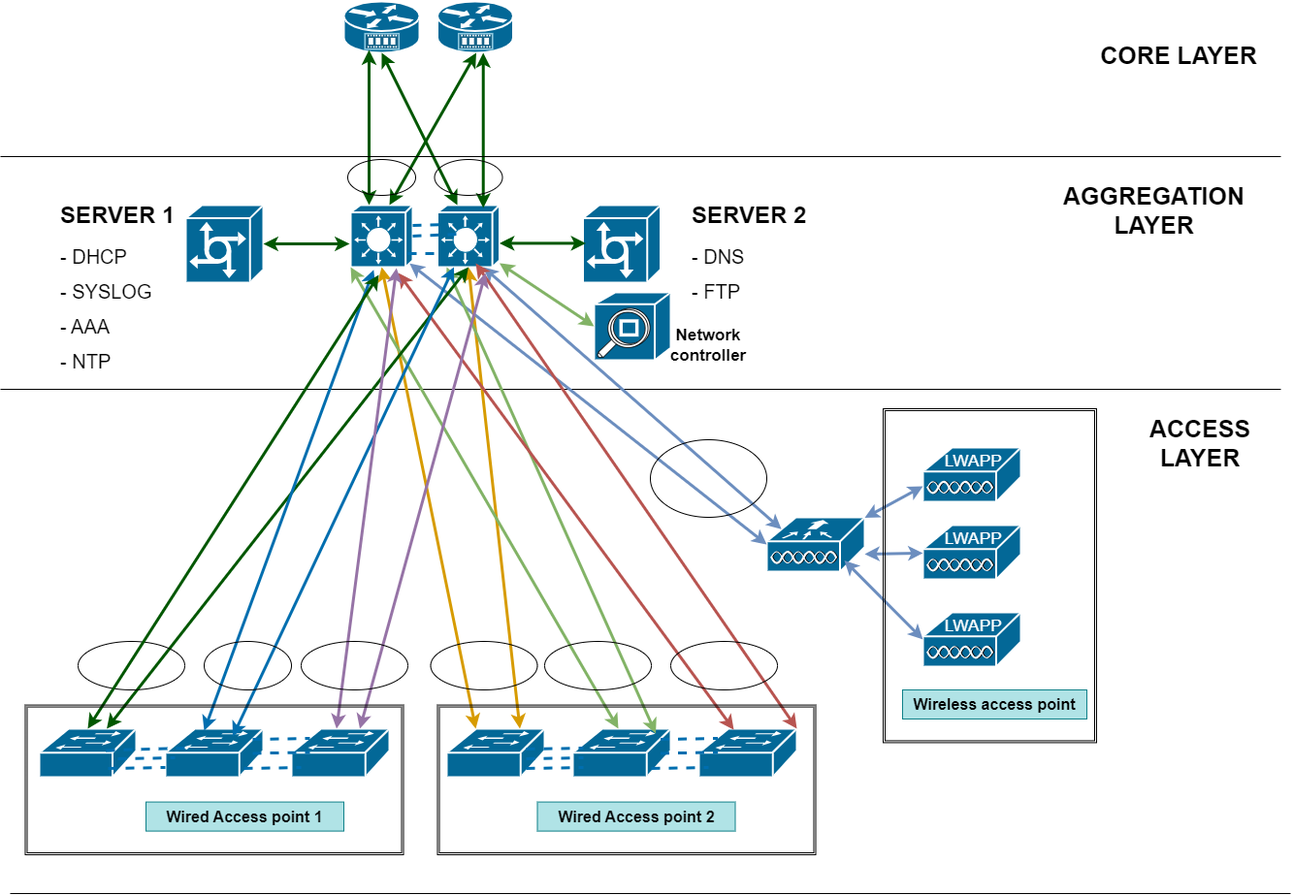
Before: weeklyProject/techNovaSystems/branchBNetworkDesign.png, a diagram exported from draw.io (shaunMsiza05/Computer-Networks). Source tidied: cells renumbered, new cells last; positions are measured from the earlier drawing's top-left corner, leaving out a move shared by most shapes.
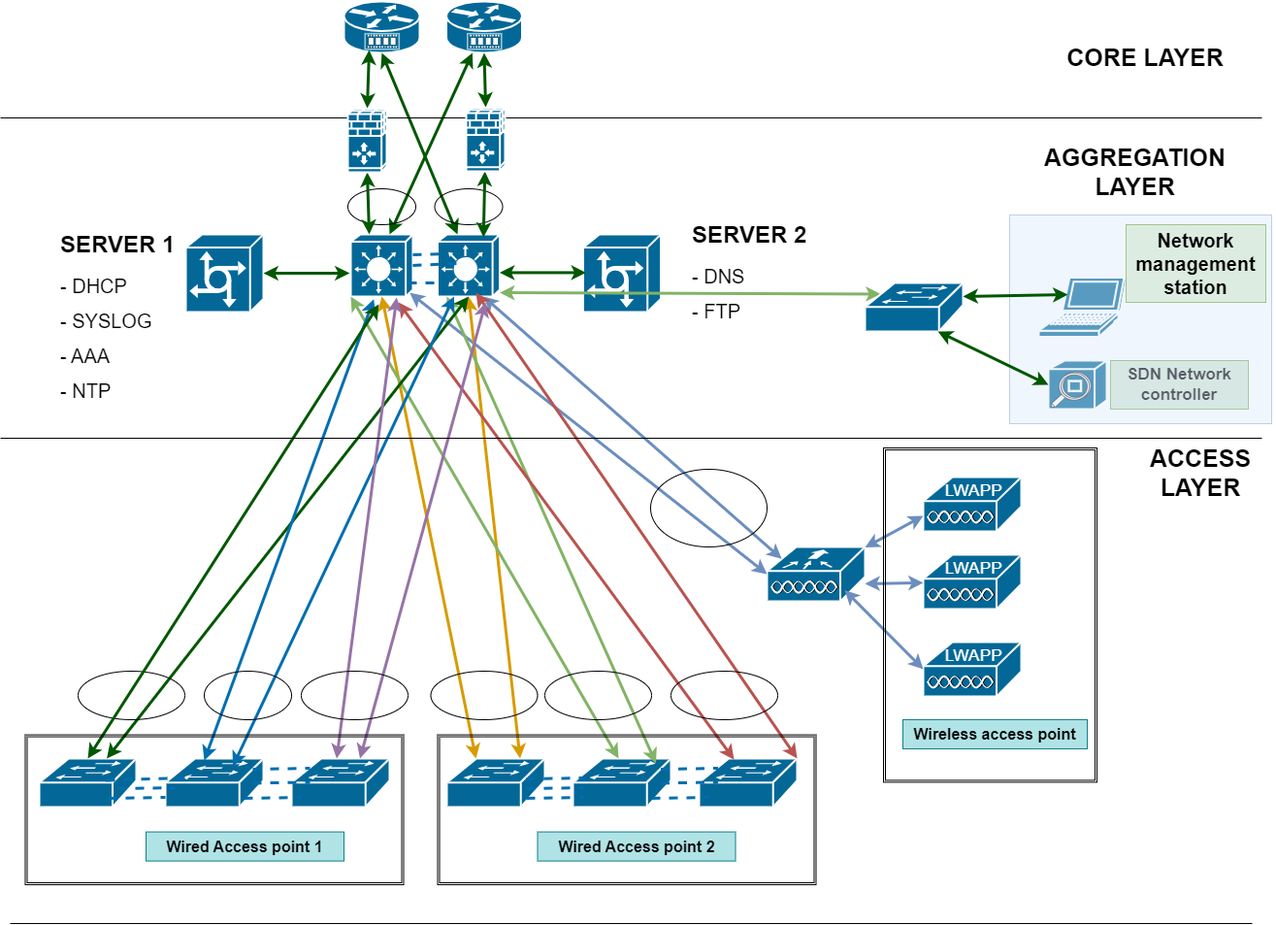
Later version of the same file.

What changed in the source:
```diff
@@ -3,10 +3,10 @@
     <mxCell id="0" />
     <mxCell id="1" parent="0" />
     <mxCell id="2" style="shape=mxgraph.cisco.routers.service_router;sketch=0;html=1;dashed=0;fillColor=#036897;strokeColor=#ffffff;strokeWidth=2;verticalLabelPosition=bottom;verticalAlign=top;align=center;outlineConnect=0;" parent="1" vertex="1">
-      <mxGeometry x="450.5" width="78" height="53" as="geometry" />
+      <mxGeometry x="459.5" y="-30" width="78" height="53" as="geometry" />
     </mxCell>
     <mxCell id="3" style="shape=mxgraph.cisco.routers.service_router;sketch=0;html=1;dashed=0;fillColor=#036897;strokeColor=#ffffff;strokeWidth=2;verticalLabelPosition=bottom;verticalAlign=top;align=center;outlineConnect=0;" parent="1" vertex="1">
-      <mxGeometry x="354" width="78" height="53" as="geometry" />
+      <mxGeometry x="354" y="-30" width="78" height="53" as="geometry" />
     </mxCell>
     <mxCell id="4" style="shape=mxgraph.cisco.switches.workgroup_switch;sketch=0;html=1;dashed=0;fillColor=#036897;strokeColor=#ffffff;strokeWidth=2;verticalLabelPosition=bottom;verticalAlign=top;align=center;outlineConnect=0;" parent="1" vertex="1">
       <mxGeometry x="40" y="750" width="100" height="50" as="geometry" />
@@ -30,7 +30,7 @@
       <mxGeometry x="790" y="532" width="101" height="56" as="geometry" />
     </mxCell>
     <mxCell id="11" style="shape=mxgraph.cisco.misc.network_management;sketch=0;html=1;dashed=0;fillColor=#036897;strokeColor=#ffffff;strokeWidth=2;verticalLabelPosition=bottom;verticalAlign=top;align=center;outlineConnect=0;" parent="1" vertex="1">
-      <mxGeometry x="612" y="300" width="79" height="70" as="geometry" />
+      <mxGeometry x="1080" y="340" width="60" height="50" as="geometry" />
     </mxCell>
     <mxCell id="12" style="shape=mxgraph.cisco.misc.lightweight_ap;sketch=0;html=1;dashed=0;fillColor=#036897;strokeColor=#ffffff;strokeWidth=2;verticalLabelPosition=bottom;verticalAlign=top;align=center;" parent="1" vertex="1">
       <mxGeometry x="951" y="460" width="101" height="56" as="geometry" />
@@ -53,12 +53,6 @@
     <mxCell id="18" style="shape=mxgraph.cisco.servers.communications_server;sketch=0;html=1;dashed=0;fillColor=#036897;strokeColor=#ffffff;strokeWidth=2;verticalLabelPosition=bottom;verticalAlign=top;align=center;" parent="1" vertex="1">
       <mxGeometry x="600.5" y="210" width="80" height="80" as="geometry" />
     </mxCell>
-    <mxCell id="19" style="endArrow=none;html=1;rounded=0;" parent="1" edge="1">
-      <mxGeometry relative="1" as="geometry">
-        <mxPoint y="400" as="sourcePoint" />
-        <mxPoint x="1320" y="400" as="targetPoint" />
-      </mxGeometry>
-    </mxCell>
     <mxCell id="20" style="endArrow=classic;startArrow=classic;html=1;rounded=0;entryX=0.95;entryY=0.94;entryDx=0;entryDy=0;entryPerimeter=0;strokeWidth=3;fillColor=#dae8fc;strokeColor=#6c8ebf;exitX=0;exitY=0.5;exitDx=0;exitDy=0;exitPerimeter=0;" parent="1" edge="1" source="10" target="15">
       <mxGeometry relative="1" as="geometry" />
     </mxCell>
@@ -268,7 +262,7 @@
       </mxGeometry>
     </mxCell>
     <mxCell id="63" style="shape=ext;double=1;rounded=0;whiteSpace=wrap;html=1;fillColor=none;" parent="1" vertex="1">
-      <mxGeometry x="910" y="420" width="220" height="344.4" as="geometry" />
+      <mxGeometry x="910" y="430" width="220" height="344.4" as="geometry" />
     </mxCell>
     <mxCell id="64" value="&lt;b&gt;&lt;font style=&quot;font-size: 16px;&quot;&gt;Wired Access point 1&lt;/font&gt;&lt;/b&gt;" style="text;html=1;align=center;verticalAlign=middle;whiteSpace=wrap;rounded=0;fillColor=#b0e3e6;strokeColor=#0e8088;" parent="1" vertex="1">
       <mxGeometry x="150" y="825.6" width="204" height="30" as="geometry" />
@@ -279,10 +273,9 @@
     <mxCell id="66" value="&lt;b&gt;&lt;font style=&quot;font-size: 16px;&quot;&gt;Wireless access point&lt;/font&gt;&lt;/b&gt;" style="text;html=1;align=center;verticalAlign=middle;whiteSpace=wrap;rounded=0;fillColor=#b0e3e6;strokeColor=#0e8088;" parent="1" vertex="1">
       <mxGeometry x="930" y="710" width="190" height="30" as="geometry" />
     </mxCell>
-    <mxCell id="67" style="endArrow=classic;startArrow=classic;html=1;rounded=0;strokeWidth=3;fillColor=#008a00;strokeColor=#005700;exitX=0.5;exitY=0;exitDx=0;exitDy=0;exitPerimeter=0;entryX=0.5;entryY=1;entryDx=0;entryDy=0;entryPerimeter=0;" parent="1" edge="1">
+    <mxCell id="67" style="endArrow=classic;startArrow=classic;html=1;rounded=0;strokeWidth=3;fillColor=#008a00;strokeColor=#005700;exitX=0.5;exitY=0;exitDx=0;exitDy=0;exitPerimeter=0;" parent="1" edge="1" target="2">
       <mxGeometry relative="1" as="geometry">
         <mxPoint x="401" y="210" as="sourcePoint" />
-        <mxPoint x="490.5" y="53" as="targetPoint" />
       </mxGeometry>
     </mxCell>
     <mxCell id="68" style="endArrow=classic;startArrow=classic;html=1;rounded=0;strokeWidth=3;fillColor=#008a00;strokeColor=#005700;exitX=0.5;exitY=0;exitDx=0;exitDy=0;exitPerimeter=0;entryX=0.5;entryY=1;entryDx=0;entryDy=0;entryPerimeter=0;" parent="1" edge="1" target="3">
@@ -290,34 +283,29 @@
         <mxPoint x="471" y="210" as="sourcePoint" />
       </mxGeometry>
     </mxCell>
-    <mxCell id="69" style="endArrow=classic;startArrow=classic;html=1;rounded=0;strokeWidth=3;fillColor=#008a00;strokeColor=#005700;exitX=0.5;exitY=0;exitDx=0;exitDy=0;exitPerimeter=0;entryX=0.333;entryY=0.943;entryDx=0;entryDy=0;entryPerimeter=0;" parent="1" edge="1" target="3">
-      <mxGeometry relative="1" as="geometry">
-        <mxPoint x="380" y="210" as="sourcePoint" />
-      </mxGeometry>
+    <mxCell id="69" style="endArrow=classic;startArrow=classic;html=1;rounded=0;strokeWidth=3;fillColor=#008a00;strokeColor=#005700;exitX=0.5;exitY=0;exitDx=0;exitDy=0;exitPerimeter=0;entryX=0.333;entryY=0.943;entryDx=0;entryDy=0;entryPerimeter=0;" parent="1" edge="1" source="91" target="3">
+      <mxGeometry relative="1" as="geometry" />
     </mxCell>
-    <mxCell id="70" style="endArrow=classic;startArrow=classic;html=1;rounded=0;strokeWidth=3;fillColor=#008a00;strokeColor=#005700;exitX=0.5;exitY=0;exitDx=0;exitDy=0;exitPerimeter=0;entryX=0.333;entryY=0.943;entryDx=0;entryDy=0;entryPerimeter=0;" parent="1" edge="1">
-      <mxGeometry relative="1" as="geometry">
-        <mxPoint x="497.7" y="213" as="sourcePoint" />
-        <mxPoint x="497.7" y="53" as="targetPoint" />
-      </mxGeometry>
+    <mxCell id="70" style="endArrow=classic;startArrow=classic;html=1;rounded=0;strokeWidth=3;fillColor=#008a00;strokeColor=#005700;exitX=0.5;exitY=0;exitDx=0;exitDy=0;exitPerimeter=0;entryX=0.5;entryY=1;entryDx=0;entryDy=0;entryPerimeter=0;" parent="1" edge="1" source="93" target="2">
+      <mxGeometry relative="1" as="geometry" />
     </mxCell>
     <mxCell id="71" style="endArrow=none;html=1;rounded=0;" parent="1" edge="1">
       <mxGeometry relative="1" as="geometry">
         <mxPoint x="10" y="920" as="sourcePoint" />
-        <mxPoint x="1330" y="920" as="targetPoint" />
+        <mxPoint x="1290" y="920" as="targetPoint" />
       </mxGeometry>
     </mxCell>
     <mxCell id="72" style="endArrow=none;html=1;rounded=0;" parent="1" edge="1">
       <mxGeometry relative="1" as="geometry">
-        <mxPoint y="160" as="sourcePoint" />
-        <mxPoint x="1320" y="160" as="targetPoint" />
+        <mxPoint y="90" as="sourcePoint" />
+        <mxPoint x="1300" y="90" as="targetPoint" />
       </mxGeometry>
     </mxCell>
     <mxCell id="73" value="&lt;b&gt;&lt;font style=&quot;font-size: 25px;&quot;&gt;CORE LAYER&lt;/font&gt;&lt;/b&gt;" style="text;html=1;align=center;verticalAlign=middle;whiteSpace=wrap;rounded=0;fontSize=20;" parent="1" vertex="1">
-      <mxGeometry x="1120" y="40" width="190" height="30" as="geometry" />
+      <mxGeometry x="1085" y="11.5" width="190" height="30" as="geometry" />
     </mxCell>
     <mxCell id="74" value="&lt;b&gt;&lt;font style=&quot;font-size: 25px;&quot;&gt;AGGREGATION LAYER&lt;/font&gt;&lt;/b&gt;" style="text;html=1;align=center;verticalAlign=middle;whiteSpace=wrap;rounded=0;fontSize=20;" parent="1" vertex="1">
-      <mxGeometry x="1060" y="200" width="259" height="30" as="geometry" />
+      <mxGeometry x="1040" y="130" width="259" height="30" as="geometry" />
     </mxCell>
     <mxCell id="75" value="&lt;b&gt;ACCESS LAYER&lt;/b&gt;" style="text;html=1;align=center;verticalAlign=middle;whiteSpace=wrap;rounded=0;fontSize=25;" parent="1" vertex="1">
       <mxGeometry x="1160" y="440" width="154" height="30" as="geometry" />
@@ -326,7 +314,7 @@
       <mxGeometry x="60" y="200" width="180" height="190" as="geometry" />
     </mxCell>
     <mxCell id="77" value="&lt;h1 style=&quot;margin-top: 0px;&quot;&gt;SERVER 2&lt;/h1&gt;&lt;p&gt;&lt;span style=&quot;font-size: 20px;&quot;&gt;- DNS&lt;/span&gt;&lt;/p&gt;&lt;p&gt;&lt;span style=&quot;font-size: 20px;&quot;&gt;- FTP&lt;br&gt;&lt;/span&gt;&lt;/p&gt;" style="text;html=1;whiteSpace=wrap;overflow=hidden;rounded=0;" parent="1" vertex="1">
-      <mxGeometry x="711" y="200" width="180" height="190" as="geometry" />
+      <mxGeometry x="711" y="190" width="180" height="190" as="geometry" />
     </mxCell>
     <mxCell id="78" style="ellipse;whiteSpace=wrap;html=1;fillColor=none;direction=west;" parent="1" vertex="1">
       <mxGeometry x="670" y="452" width="120" height="80" as="geometry" />
@@ -337,13 +325,58 @@
     <mxCell id="80" style="ellipse;whiteSpace=wrap;html=1;fillColor=none;direction=west;" parent="1" vertex="1">
       <mxGeometry x="447.5" y="163" width="70" height="37" as="geometry" />
     </mxCell>
-    <mxCell id="81" style="endArrow=classic;startArrow=classic;html=1;rounded=0;strokeWidth=3;fillColor=#d5e8d4;strokeColor=#82b366;entryX=0;entryY=0.5;entryDx=0;entryDy=0;entryPerimeter=0;" parent="1" edge="1" target="11">
+    <mxCell id="81" style="endArrow=classic;startArrow=classic;html=1;rounded=0;strokeWidth=3;fillColor=#d5e8d4;strokeColor=#82b366;entryX=0.16;entryY=0.23;entryDx=0;entryDy=0;entryPerimeter=0;" parent="1" edge="1" target="83">
       <mxGeometry relative="1" as="geometry">
         <mxPoint x="514.5" y="270" as="sourcePoint" />
       </mxGeometry>
     </mxCell>
-    <mxCell id="82" value="&lt;b&gt;&lt;font style=&quot;font-size: 17px;&quot;&gt;Network controller&lt;/font&gt;&lt;/b&gt;" style="text;html=1;align=center;verticalAlign=middle;whiteSpace=wrap;rounded=0;" parent="1" vertex="1">
-      <mxGeometry x="659" y="330" width="142" height="50" as="geometry" />
+    <mxCell id="82" value="&lt;b&gt;&lt;font style=&quot;font-size: 17px;&quot;&gt;SDN Network controller&lt;/font&gt;&lt;/b&gt;" style="text;html=1;align=center;verticalAlign=middle;whiteSpace=wrap;rounded=0;fillColor=#d5e8d4;strokeColor=#82b366;" parent="1" vertex="1">
+      <mxGeometry x="1144" y="340" width="142" height="50" as="geometry" />
     </mxCell>
+    <mxCell id="83" style="shape=mxgraph.cisco.switches.workgroup_switch;sketch=0;html=1;dashed=0;fillColor=#036897;strokeColor=#ffffff;strokeWidth=2;verticalLabelPosition=bottom;verticalAlign=top;align=center;outlineConnect=0;" parent="1" vertex="1">
+      <mxGeometry x="891" y="260" width="101" height="50" as="geometry" />
+    </mxCell>
+    <mxCell id="84" style="shape=mxgraph.cisco.computers_and_peripherals.laptop;sketch=0;html=1;dashed=0;fillColor=#036897;strokeColor=#ffffff;strokeWidth=2;verticalLabelPosition=bottom;verticalAlign=top;align=center;" parent="1" vertex="1">
+      <mxGeometry x="1070" y="254.5" width="90" height="61" as="geometry" />
+    </mxCell>
+    <mxCell id="85" style="rounded=0;whiteSpace=wrap;html=1;fillColor=#dae8fc;strokeColor=#6c8ebf;opacity=40;" parent="1" vertex="1">
+      <mxGeometry x="1040" y="190" width="270" height="215" as="geometry" />
+    </mxCell>
+    <mxCell id="86" style="endArrow=none;html=1;rounded=0;" parent="1" edge="1">
+      <mxGeometry relative="1" as="geometry">
+        <mxPoint y="420" as="sourcePoint" />
+        <mxPoint x="1300" y="420" as="targetPoint" />
+      </mxGeometry>
+    </mxCell>
+    <mxCell id="87" style="endArrow=classic;startArrow=classic;html=1;rounded=0;strokeWidth=3;fillColor=#008a00;strokeColor=#005700;exitX=0.5;exitY=0;exitDx=0;exitDy=0;exitPerimeter=0;" parent="1" edge="1">
+      <mxGeometry relative="1" as="geometry">
+        <mxPoint x="992" y="274" as="sourcePoint" />
+        <mxPoint x="1100" y="272" as="targetPoint" />
+      </mxGeometry>
+    </mxCell>
+    <mxCell id="88" style="endArrow=classic;startArrow=classic;html=1;rounded=0;strokeWidth=3;fillColor=#008a00;strokeColor=#005700;exitX=0.5;exitY=0;exitDx=0;exitDy=0;exitPerimeter=0;entryX=0;entryY=0.5;entryDx=0;entryDy=0;entryPerimeter=0;" parent="1" edge="1" target="11">
+      <mxGeometry relative="1" as="geometry">
+        <mxPoint x="966" y="310" as="sourcePoint" />
+      </mxGeometry>
+    </mxCell>
+    <mxCell id="89" value="&lt;b&gt;&lt;font style=&quot;font-size: 20px;&quot;&gt;Network management station&lt;/font&gt;&lt;/b&gt;" style="text;html=1;align=center;verticalAlign=middle;whiteSpace=wrap;rounded=0;fillColor=#d5e8d4;strokeColor=#82b366;opacity=70;" parent="1" vertex="1">
+      <mxGeometry x="1160" y="200" width="144" height="80" as="geometry" />
+    </mxCell>
+    <mxCell id="90" style="endArrow=classic;startArrow=classic;html=1;rounded=0;strokeWidth=3;fillColor=#008a00;strokeColor=#005700;exitX=0.5;exitY=0;exitDx=0;exitDy=0;exitPerimeter=0;entryX=0.5;entryY=1;entryDx=0;entryDy=0;entryPerimeter=0;" parent="1" edge="1" target="91">
+      <mxGeometry relative="1" as="geometry">
+        <mxPoint x="380" y="210" as="sourcePoint" />
+      </mxGeometry>
+    </mxCell>
+    <mxCell id="91" style="shape=mxgraph.cisco.security.ios_firewall;sketch=0;html=1;dashed=0;fillColor=#036897;strokeColor=#ffffff;strokeWidth=2;verticalLabelPosition=bottom;verticalAlign=top;align=center;outlineConnect=0;" parent="1" vertex="1">
+      <mxGeometry x="358" y="80" width="40" height="66" as="geometry" />
+    </mxCell>
+    <mxCell id="92" style="endArrow=classic;startArrow=classic;html=1;rounded=0;strokeWidth=3;fillColor=#008a00;strokeColor=#005700;exitX=0.5;exitY=0;exitDx=0;exitDy=0;exitPerimeter=0;" parent="1" edge="1" target="93">
+      <mxGeometry relative="1" as="geometry">
+        <mxPoint x="497.7" y="213" as="sourcePoint" />
+      </mxGeometry>
+    </mxCell>
+    <mxCell id="93" style="shape=mxgraph.cisco.security.ios_firewall;sketch=0;html=1;dashed=0;fillColor=#036897;strokeColor=#ffffff;strokeWidth=2;verticalLabelPosition=bottom;verticalAlign=top;align=center;outlineConnect=0;" parent="1" vertex="1">
+      <mxGeometry x="480" y="79" width="40" height="66" as="geometry" />
+    </mxCell>
   </root>
 </mxGraphModel>
```
